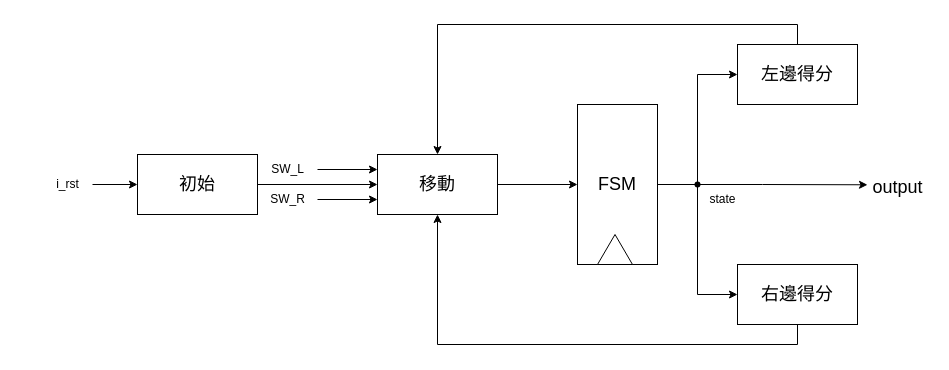
wsy0331/SOC-Lab keeps this draw.io diagram as page "架構圖" (4 of 5) of 乒乓球遊戲.drawio. Above is the earlier version. Source tidied: cells renumbered, new cells numbered last; positions are measured from the earlier drawing's top-left corner, leaving out a move shared by most shapes. Both pictures are drawn from the tidied source at 100%, with x=0, y=0 at pixel (42, 44).
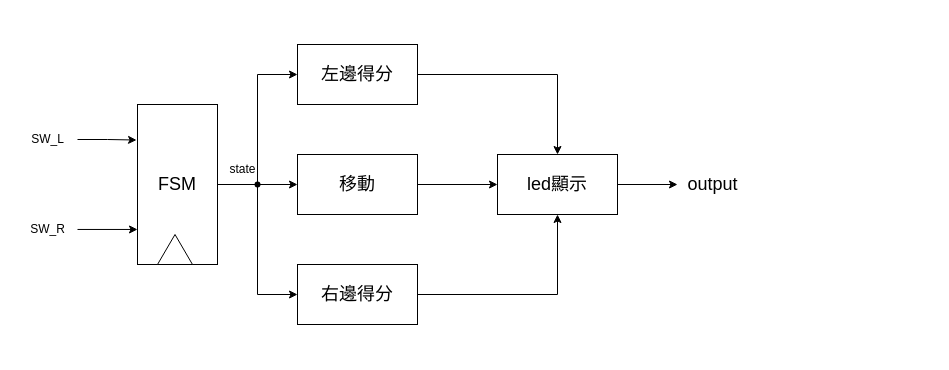
After the change.

Diff of the diagram source:
```diff
@@
-    <mxCell id="2" style="edgeStyle=orthogonalEdgeStyle;rounded=0;jettySize=auto;html=1;exitX=1;exitY=0.5;exitDx=0;exitDy=0;" parent="1" edge="1" source="5">
-      <mxGeometry relative="1" as="geometry">
-        <mxPoint x="825" y="140.3" as="targetPoint" />
-      </mxGeometry>
-    </mxCell>
@@
-    <mxCell id="4" style="edgeStyle=orthogonalEdgeStyle;rounded=0;jettySize=auto;html=1;exitDx=0;exitDy=0;entryX=0;entryY=0.5;entryDx=0;entryDy=0;" parent="1" edge="1" source="14" target="11">
-      <mxGeometry relative="1" as="geometry">
-        <Array as="points">
-          <mxPoint x="655" y="250" />
-        </Array>
-      </mxGeometry>
-    </mxCell>
+    <mxCell id="25" style="edgeStyle=orthogonalEdgeStyle;rounded=0;jettySize=auto;html=1;exitX=1;exitY=0.5;exitDx=0;exitDy=0;entryX=0;entryY=0.5;entryDx=0;entryDy=0;" parent="1" edge="1" source="5" target="11">
+      <mxGeometry relative="1" as="geometry" />
+    </mxCell>
+    <mxCell id="26" style="edgeStyle=orthogonalEdgeStyle;rounded=0;jettySize=auto;html=1;exitDx=0;exitDy=0;entryX=0;entryY=0.5;entryDx=0;entryDy=0;" parent="1" edge="1" source="33" target="16">
+      <mxGeometry relative="1" as="geometry" />
+    </mxCell>
     <mxCell id="5" value="&lt;font style=&quot;font-size: 18px;&quot;&gt;FSM&lt;/font&gt;" style="rounded=0;whiteSpace=wrap;html=1;" parent="1" vertex="1">
-      <mxGeometry x="535" y="60" width="80" height="160" as="geometry" />
+      <mxGeometry x="95" y="60" width="80" height="160" as="geometry" />
     </mxCell>
     <mxCell id="6" style="triangle;whiteSpace=wrap;html=1;rotation=-90;" parent="1" vertex="1">
-      <mxGeometry x="557.5" y="187.5" width="30" height="35" as="geometry" />
+      <mxGeometry x="117.5" y="187.5" width="30" height="35" as="geometry" />
     </mxCell>
     <mxCell id="7" value="&lt;font style=&quot;font-size: 18px;&quot;&gt;output&lt;/font&gt;" style="text;html=1;align=center;verticalAlign=middle;points=[];strokeColor=none;fillColor=none;" parent="1" vertex="1">
-      <mxGeometry x="820" y="123" width="70" height="40" as="geometry" />
+      <mxGeometry x="635" y="120" width="70" height="40" as="geometry" />
     </mxCell>
-    <mxCell id="8" style="edgeStyle=orthogonalEdgeStyle;rounded=0;jettySize=auto;html=1;exitX=0.5;exitY=0;exitDx=0;exitDy=0;entryX=0.5;entryY=0;entryDx=0;entryDy=0;" parent="1" edge="1" source="9" target="16">
-      <mxGeometry relative="1" as="geometry" />
-    </mxCell>
+    <mxCell id="27" style="edgeStyle=orthogonalEdgeStyle;rounded=0;jettySize=auto;html=1;exitX=1;exitY=0.5;exitDx=0;exitDy=0;entryX=0.5;entryY=0;entryDx=0;entryDy=0;" parent="1" edge="1" source="9" target="35">
+      <mxGeometry relative="1" as="geometry" />
+    </mxCell>
     <mxCell id="9" value="&lt;font style=&quot;font-size: 18px;&quot;&gt;左邊得分&lt;/font&gt;" style="rounded=0;whiteSpace=wrap;html=1;" parent="1" vertex="1">
-      <mxGeometry x="695" width="120" height="60" as="geometry" />
+      <mxGeometry x="255" width="120" height="60" as="geometry" />
     </mxCell>
-    <mxCell id="10" style="edgeStyle=orthogonalEdgeStyle;rounded=0;jettySize=auto;html=1;exitX=0.5;exitY=1;exitDx=0;exitDy=0;entryX=0.5;entryY=1;entryDx=0;entryDy=0;" parent="1" edge="1" source="11" target="16">
-      <mxGeometry relative="1" as="geometry" />
-    </mxCell>
+    <mxCell id="28" style="edgeStyle=orthogonalEdgeStyle;rounded=0;jettySize=auto;html=1;exitX=1;exitY=0.5;exitDx=0;exitDy=0;entryX=0.5;entryY=1;entryDx=0;entryDy=0;" parent="1" edge="1" source="11" target="35">
+      <mxGeometry relative="1" as="geometry" />
+    </mxCell>
     <mxCell id="11" value="&lt;font style=&quot;font-size: 18px;&quot;&gt;右邊得分&lt;/font&gt;" style="rounded=0;whiteSpace=wrap;html=1;" parent="1" vertex="1">
-      <mxGeometry x="695" y="220" width="120" height="60" as="geometry" />
+      <mxGeometry x="255" y="220" width="120" height="60" as="geometry" />
     </mxCell>
     <mxCell id="12" value="state" style="text;html=1;align=center;verticalAlign=middle;strokeColor=none;fillColor=none;" parent="1" vertex="1">
-      <mxGeometry x="655" y="140" width="50" height="30" as="geometry" />
+      <mxGeometry x="175" y="110" width="50" height="30" as="geometry" />
     </mxCell>
-    <mxCell id="13" style="edgeStyle=orthogonalEdgeStyle;rounded=0;jettySize=auto;html=1;exitX=1;exitY=0.5;exitDx=0;exitDy=0;entryDx=0;entryDy=0;endArrow=none;endFill=0;" parent="1" edge="1" source="5" target="14">
-      <mxGeometry relative="1" as="geometry" />
-    </mxCell>
-    <mxCell id="14" style="shape=waypoint;sketch=0;size=6;points=[];fillColor=none;perimeter=centerPerimeter;snapToPoint=1;" parent="1" vertex="1">
-      <mxGeometry x="645" y="130" width="20" height="20" as="geometry" />
-    </mxCell>
-    <mxCell id="15" style="edgeStyle=orthogonalEdgeStyle;rounded=0;jettySize=auto;html=1;exitX=1;exitY=0.5;exitDx=0;exitDy=0;entryX=0;entryY=0.5;entryDx=0;entryDy=0;" parent="1" edge="1" source="16" target="5">
-      <mxGeometry relative="1" as="geometry" />
-    </mxCell>
+    <mxCell id="29" style="edgeStyle=orthogonalEdgeStyle;rounded=0;jettySize=auto;html=1;exitX=1;exitY=0.5;exitDx=0;exitDy=0;entryX=0;entryY=0.5;entryDx=0;entryDy=0;" parent="1" edge="1" source="16" target="35">
+      <mxGeometry relative="1" as="geometry" />
+    </mxCell>
     <mxCell id="16" value="&lt;font style=&quot;font-size: 18px;&quot;&gt;移動&lt;/font&gt;" style="rounded=0;whiteSpace=wrap;html=1;" parent="1" vertex="1">
-      <mxGeometry x="335" y="110" width="120" height="60" as="geometry" />
+      <mxGeometry x="255" y="110" width="120" height="60" as="geometry" />
     </mxCell>
-    <mxCell id="17" style="edgeStyle=orthogonalEdgeStyle;rounded=0;jettySize=auto;html=1;exitX=1;exitY=0.5;exitDx=0;exitDy=0;entryX=0;entryY=0.5;entryDx=0;entryDy=0;" parent="1" edge="1" source="18" target="16">
-      <mxGeometry relative="1" as="geometry" />
-    </mxCell>
-    <mxCell id="18" value="&lt;span style=&quot;font-size: 18px;&quot;&gt;初始&lt;/span&gt;" style="rounded=0;whiteSpace=wrap;html=1;" parent="1" vertex="1">
-      <mxGeometry x="95" y="110" width="120" height="60" as="geometry" />
-    </mxCell>
-    <mxCell id="19" style="edgeStyle=orthogonalEdgeStyle;rounded=0;jettySize=auto;html=1;entryX=0;entryY=0.25;entryDx=0;entryDy=0;" parent="1" edge="1" source="20" target="16">
-      <mxGeometry relative="1" as="geometry" />
-    </mxCell>
     <mxCell id="20" value="SW_L" style="text;html=1;align=center;verticalAlign=middle;points=[];strokeColor=none;fillColor=none;" parent="1" vertex="1">
-      <mxGeometry x="215" y="110" width="60" height="30" as="geometry" />
+      <mxGeometry x="-25" y="80" width="60" height="30" as="geometry" />
     </mxCell>
-    <mxCell id="21" style="edgeStyle=orthogonalEdgeStyle;rounded=0;jettySize=auto;html=1;entryX=0;entryY=0.75;entryDx=0;entryDy=0;" parent="1" edge="1" source="22" target="16">
-      <mxGeometry relative="1" as="geometry" />
-    </mxCell>
     <mxCell id="22" value="SW_R" style="text;html=1;align=center;verticalAlign=middle;points=[];strokeColor=none;fillColor=none;" parent="1" vertex="1">
-      <mxGeometry x="215" y="140" width="60" height="30" as="geometry" />
+      <mxGeometry x="-25" y="170" width="60" height="30" as="geometry" />
     </mxCell>
-    <mxCell id="23" style="edgeStyle=orthogonalEdgeStyle;rounded=0;jettySize=auto;html=1;entryX=0;entryY=0.5;entryDx=0;entryDy=0;" parent="1" edge="1" source="24" target="18">
-      <mxGeometry relative="1" as="geometry" />
-    </mxCell>
-    <mxCell id="24" value="i_rst" style="text;html=1;align=center;verticalAlign=middle;points=[];strokeColor=none;fillColor=none;" parent="1" vertex="1">
-      <mxGeometry y="125" width="50" height="30" as="geometry" />
-    </mxCell>
+    <mxCell id="30" style="edgeStyle=orthogonalEdgeStyle;rounded=0;jettySize=auto;html=1;entryX=0;entryY=0.781;entryDx=0;entryDy=0;entryPerimeter=0;" parent="1" edge="1" source="22" target="5">
+      <mxGeometry relative="1" as="geometry" />
+    </mxCell>
+    <mxCell id="31" style="edgeStyle=orthogonalEdgeStyle;rounded=0;jettySize=auto;html=1;entryX=-0.012;entryY=0.222;entryDx=0;entryDy=0;entryPerimeter=0;" parent="1" edge="1" source="20" target="5">
+      <mxGeometry relative="1" as="geometry" />
+    </mxCell>
+    <mxCell id="32" style="edgeStyle=orthogonalEdgeStyle;rounded=0;jettySize=auto;html=1;exitX=1;exitY=0.5;exitDx=0;exitDy=0;entryDx=0;entryDy=0;endArrow=none;endFill=0;" parent="1" edge="1" source="5" target="33">
+      <mxGeometry relative="1" as="geometry" />
+    </mxCell>
+    <mxCell id="33" style="shape=waypoint;sketch=0;size=6;points=[];fillColor=none;perimeter=centerPerimeter;snapToPoint=1;" parent="1" vertex="1">
+      <mxGeometry x="205" y="130" width="20" height="20" as="geometry" />
+    </mxCell>
+    <mxCell id="34" style="edgeStyle=orthogonalEdgeStyle;rounded=0;jettySize=auto;html=1;exitX=1;exitY=0.5;exitDx=0;exitDy=0;" parent="1" edge="1" source="35" target="7">
+      <mxGeometry relative="1" as="geometry" />
+    </mxCell>
+    <mxCell id="35" value="&lt;font style=&quot;font-size: 18px;&quot;&gt;led顯示&lt;/font&gt;" style="rounded=0;whiteSpace=wrap;html=1;" parent="1" vertex="1">
+      <mxGeometry x="455" y="110" width="120" height="60" as="geometry" />
+    </mxCell>
```
